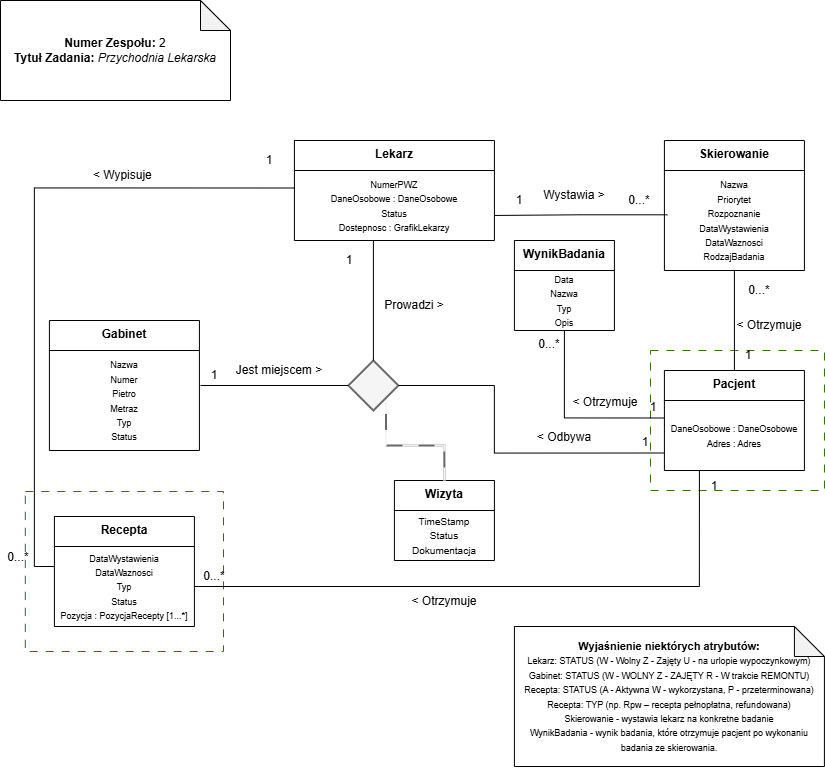
The draw.io diagram MODA - ETAP2; Koncepcyjny_PoprawkiPoUwagachSzefa .drawio.png in BZaborowski232/MOM_ProjectIII, before a commit. Source tidied: cells renumbered, new cells last; positions are measured from the earlier drawing's top-left corner, leaving out a move shared by most shapes.
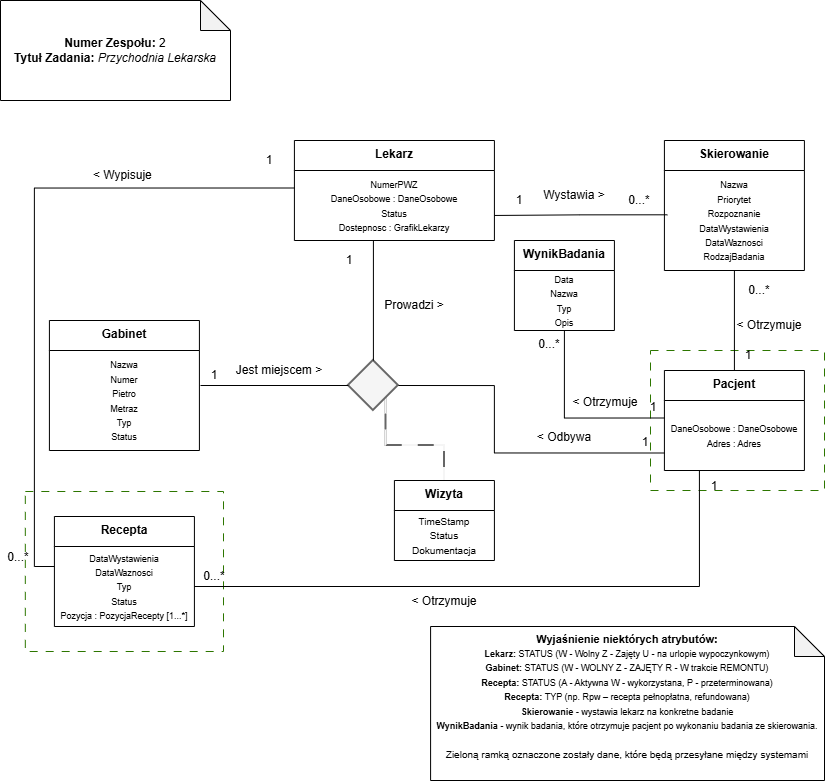
After the commit.

The edit, as a diff of the source:
```diff
@@ -154,8 +154,8 @@
     <mxCell id="48" value="Jest miejscem &amp;gt;" style="text;html=1;whiteSpace=wrap;strokeColor=none;fillColor=none;align=center;verticalAlign=middle;rounded=0;" parent="1" vertex="1">
       <mxGeometry x="233.9" y="355" width="90" height="30" as="geometry" />
     </mxCell>
-    <mxCell id="49" value="&lt;div&gt;&lt;font style=&quot;font-size: 11px;&quot;&gt;&lt;b&gt;Wyjaśnienie niektórych atrybutów:&lt;/b&gt;&lt;/font&gt;&lt;/div&gt;&lt;div&gt;&lt;font style=&quot;font-size: 9px;&quot;&gt;Lekarz: STATUS (W - Wolny Z - Zajęty U - na urlopie wypoczynkowym)&lt;/font&gt;&lt;/div&gt;&lt;div&gt;&lt;font style=&quot;font-size: 9px;&quot;&gt;Gabinet: STATUS (W - WOLNY Z - ZAJĘTY R - W trakcie REMONTU)&lt;/font&gt;&lt;/div&gt;&lt;div&gt;&lt;font style=&quot;font-size: 9px;&quot;&gt;Recepta: STATUS (A - Aktywna W - wykorzystana, P - przeterminowana)&lt;/font&gt;&lt;/div&gt;&lt;div&gt;&lt;font style=&quot;font-size: 9px;&quot;&gt;Recepta: TYP (np. Rpw – recepta pełnopłatna, refundowana)&lt;/font&gt;&lt;/div&gt;&lt;div&gt;&lt;font style=&quot;font-size: 9px;&quot;&gt;Skierowanie - wystawia lekarz na konkretne badanie&lt;/font&gt;&lt;/div&gt;&lt;div&gt;&lt;font style=&quot;font-size: 9px;&quot;&gt;WynikBadania - wynik badania, które otrzymuje pacjent po wykonaniu badania ze skierowania.&lt;/font&gt;&lt;/div&gt;" style="shape=note;whiteSpace=wrap;html=1;backgroundOutline=1;darkOpacity=0.05;" parent="1" vertex="1">
-      <mxGeometry x="513.9" y="626" width="310" height="140" as="geometry" />
+    <mxCell id="49" value="&lt;div&gt;&lt;font style=&quot;font-size: 11px;&quot;&gt;&lt;b&gt;Wyjaśnienie niektórych atrybutów:&lt;/b&gt;&lt;/font&gt;&lt;/div&gt;&lt;div&gt;&lt;font style=&quot;font-size: 9px;&quot;&gt;&lt;b&gt;Lekarz:&lt;/b&gt; STATUS (W - Wolny Z - Zajęty U - na urlopie wypoczynkowym)&lt;/font&gt;&lt;/div&gt;&lt;div&gt;&lt;font style=&quot;font-size: 9px;&quot;&gt;&lt;b&gt;Gabinet:&lt;/b&gt; STATUS (W - WOLNY Z - ZAJĘTY R - W trakcie REMONTU)&lt;/font&gt;&lt;/div&gt;&lt;div&gt;&lt;font style=&quot;font-size: 9px;&quot;&gt;&lt;b&gt;Recepta:&lt;/b&gt; STATUS (A - Aktywna W - wykorzystana, P - przeterminowana)&lt;/font&gt;&lt;/div&gt;&lt;div&gt;&lt;font style=&quot;font-size: 9px;&quot;&gt;&lt;b&gt;Recepta:&lt;/b&gt; TYP (np. Rpw – recepta pełnopłatna, refundowana)&lt;/font&gt;&lt;/div&gt;&lt;div&gt;&lt;font style=&quot;font-size: 9px;&quot;&gt;&lt;b&gt;Skierowanie&lt;/b&gt; - wystawia lekarz na konkretne badanie&lt;/font&gt;&lt;/div&gt;&lt;div&gt;&lt;font style=&quot;font-size: 9px;&quot;&gt;&lt;b&gt;WynikBadania&lt;/b&gt; - wynik badania, które otrzymuje pacjent po wykonaniu badania ze skierowania.&lt;/font&gt;&lt;/div&gt;&lt;div&gt;&lt;font style=&quot;font-size: 9px;&quot;&gt;&lt;br&gt;&lt;/font&gt;&lt;/div&gt;&lt;div&gt;&lt;font size=&quot;1&quot;&gt;Zieloną ramką oznaczone zostały dane, które będą przesyłane między systemami&lt;/font&gt;&lt;/div&gt;&lt;div&gt;&lt;font style=&quot;font-size: 9px;&quot;&gt;&lt;br&gt;&lt;/font&gt;&lt;/div&gt;" style="shape=note;whiteSpace=wrap;html=1;backgroundOutline=1;darkOpacity=0.05;" parent="1" vertex="1">
+      <mxGeometry x="430.1" y="626" width="393.9" height="154" as="geometry" />
     </mxCell>
     <mxCell id="50" style="edgeStyle=orthogonalEdgeStyle;rounded=0;jettySize=auto;html=1;exitX=0;exitY=0.25;exitDx=0;exitDy=0;entryX=0;entryY=0.25;entryDx=0;entryDy=0;endArrow=none;endFill=0;" parent="1" edge="1" source="5" target="24">
       <mxGeometry relative="1" as="geometry" />
```
